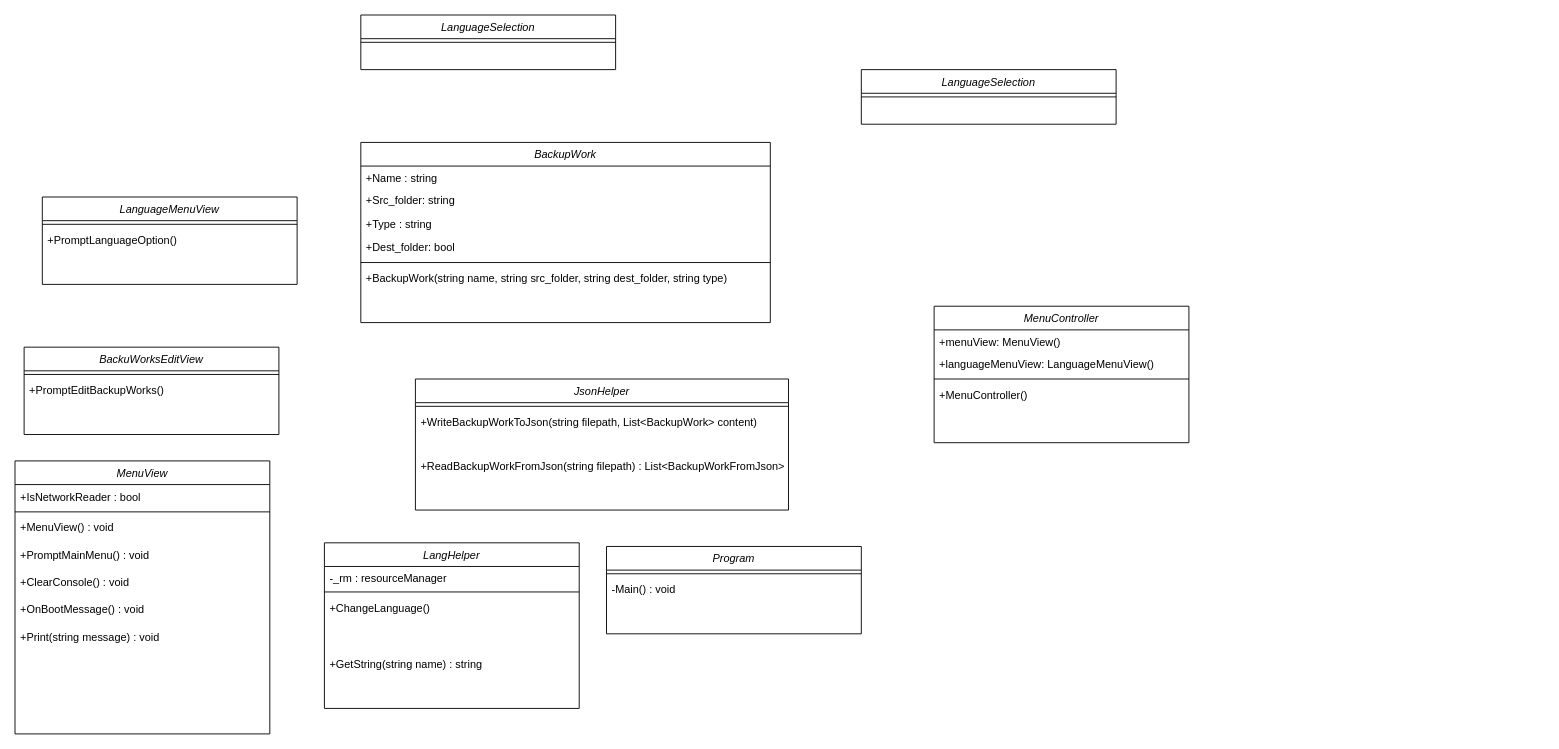
AxokGit/ProgrammationSystemeG1 keeps this draw.io diagram as Livrable 1/Class_Diagram.drawio. Above is the earlier version. Source tidied: cells renumbered, new cells numbered last; positions are measured from the earlier drawing's top-left corner, leaving out a move shared by most shapes. Both pictures are drawn from the tidied source at 91%, with x=0, y=0 at pixel (15, 15).
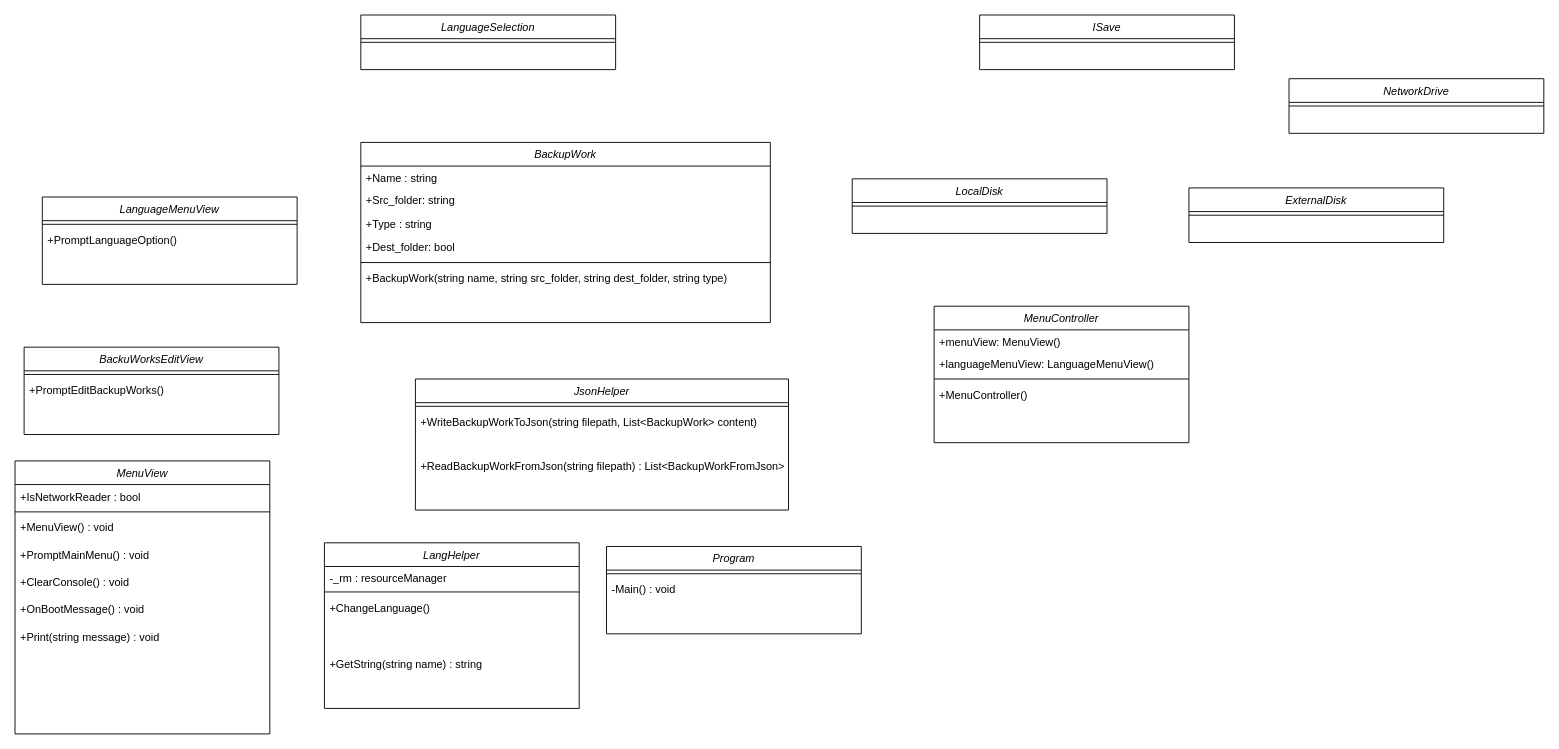
The same diagram, later.

Commit message:
Adding Class Diagram

Change to the diagram source:
```diff
@@
-    <mxCell id="42" value="LanguageSelection" style="swimlane;fontStyle=2;align=center;verticalAlign=top;horizontal=1;startSize=26;rounded=0;shadow=0;strokeWidth=1;" parent="1" vertex="1">
-      <mxGeometry x="930" y="60" width="280" height="60" as="geometry" />
+    <mxCell id="42" value="ISave" style="swimlane;fontStyle=2;align=center;verticalAlign=top;horizontal=1;startSize=26;rounded=0;shadow=0;strokeWidth=1;" parent="1" vertex="1">
+      <mxGeometry x="1060" width="280" height="60" as="geometry" />
     </mxCell>
@@
+    <mxCell id="44" value="NetworkDrive" style="swimlane;fontStyle=2;align=center;verticalAlign=top;horizontal=1;startSize=26;rounded=0;shadow=0;strokeWidth=1;" parent="1" vertex="1">
+      <mxGeometry x="1400" y="70" width="280" height="60" as="geometry" />
+    </mxCell>
+    <mxCell id="45" style="line;html=1;strokeWidth=1;align=left;verticalAlign=middle;spacingTop=-1;spacingLeft=3;spacingRight=3;labelPosition=right;" parent="44" vertex="1">
+      <mxGeometry y="26" width="280" height="8" as="geometry" />
+    </mxCell>
+    <mxCell id="46" value="ExternalDisk" style="swimlane;fontStyle=2;align=center;verticalAlign=top;horizontal=1;startSize=26;rounded=0;shadow=0;strokeWidth=1;" parent="1" vertex="1">
+      <mxGeometry x="1290" y="190" width="280" height="60" as="geometry" />
+    </mxCell>
+    <mxCell id="47" style="line;html=1;strokeWidth=1;align=left;verticalAlign=middle;spacingTop=-1;spacingLeft=3;spacingRight=3;labelPosition=right;" parent="46" vertex="1">
+      <mxGeometry y="26" width="280" height="8" as="geometry" />
+    </mxCell>
+    <mxCell id="48" value="LocalDisk" style="swimlane;fontStyle=2;align=center;verticalAlign=top;horizontal=1;startSize=26;rounded=0;shadow=0;strokeWidth=1;" parent="1" vertex="1">
+      <mxGeometry x="920" y="180" width="280" height="60" as="geometry" />
+    </mxCell>
+    <mxCell id="49" style="line;html=1;strokeWidth=1;align=left;verticalAlign=middle;spacingTop=-1;spacingLeft=3;spacingRight=3;labelPosition=right;" parent="48" vertex="1">
+      <mxGeometry y="26" width="280" height="8" as="geometry" />
+    </mxCell>
```
